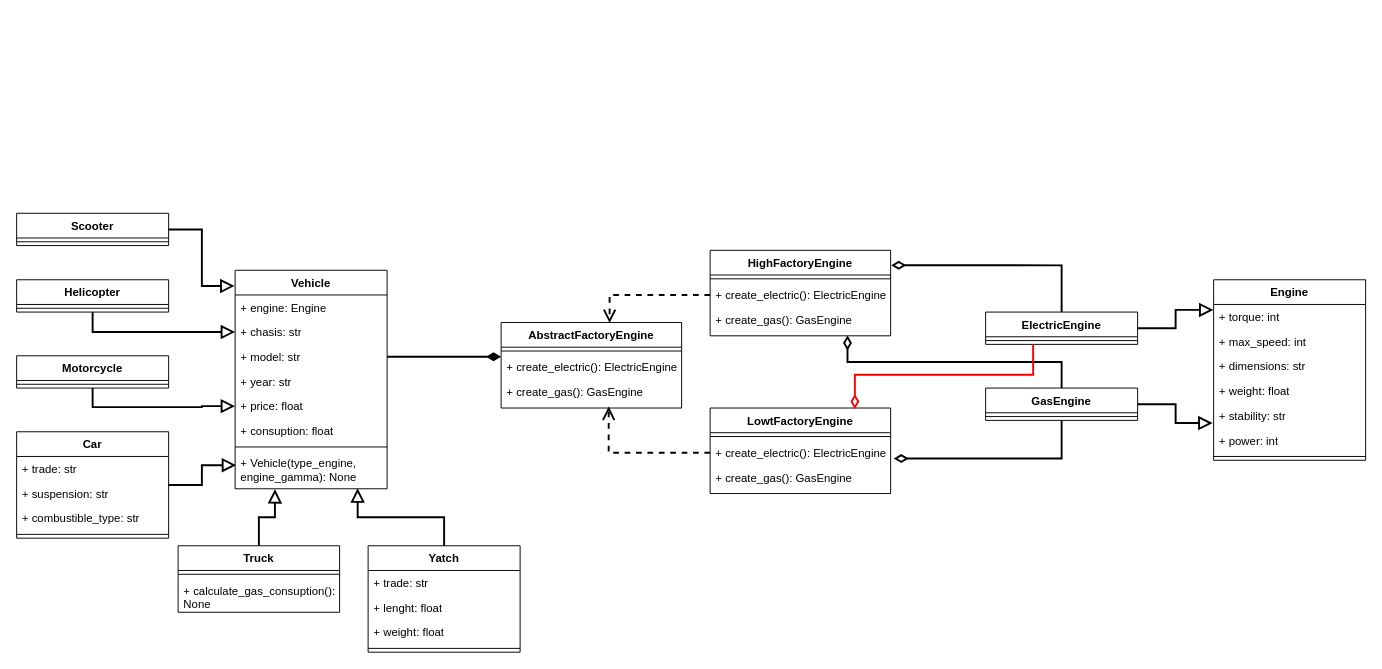
This is Software Design/Workshops/Workshop 3/SD_Workshop_3.drawio from YoshiK13/UD_Classes, a draw.io file, before an edit. Source tidied: cells renumbered, new cells numbered last; positions are measured from the earlier drawing's top-left corner, leaving out a move shared by most shapes. Both pictures are drawn from the tidied source at 95%, with x=0, y=0 at pixel (16, 213).
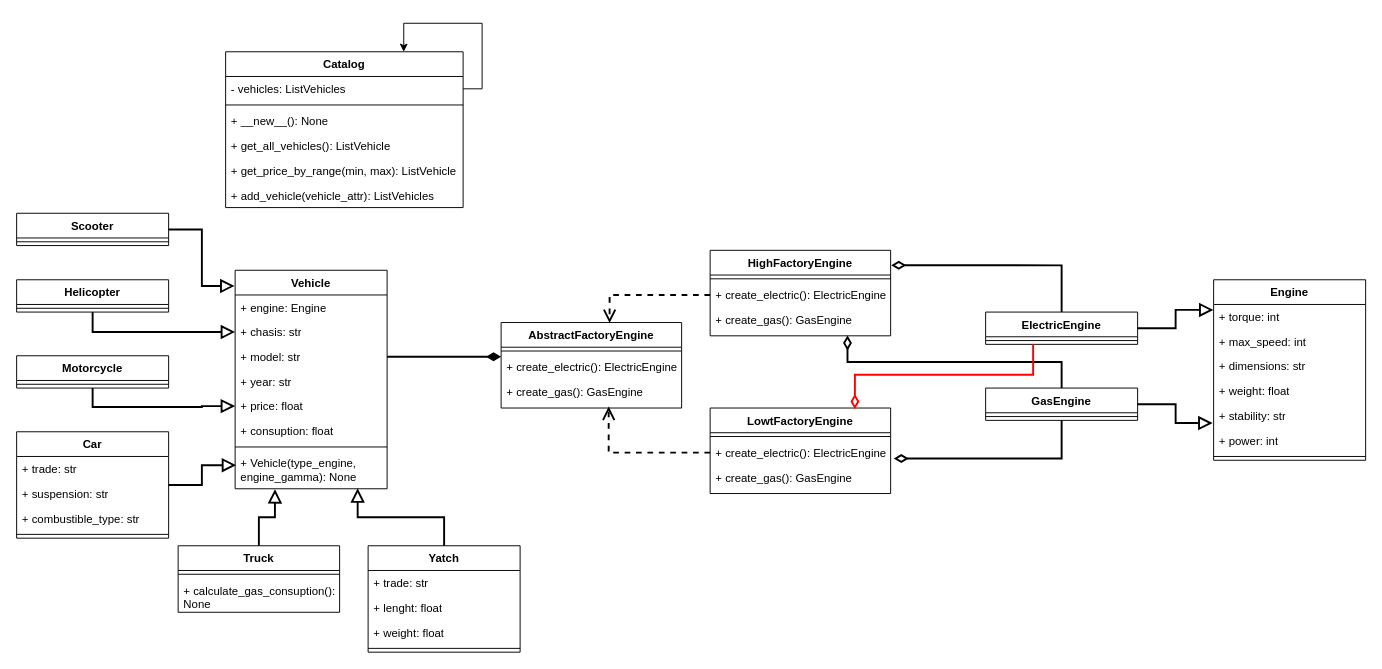
Above is the later version.

Change to the diagram source:
```diff
@@
+    <mxCell id="69" value="Catalog" style="swimlane;fontStyle=1;align=center;verticalAlign=top;horizontal=1;startSize=26;whiteSpace=wrap;html=1;" parent="1" vertex="1">
+      <mxGeometry x="220" y="-170" width="250" height="164" as="geometry" />
+    </mxCell>
+    <mxCell id="70" style="edgeStyle=orthogonalEdgeStyle;rounded=0;jettySize=auto;html=1;exitX=1;exitY=0.5;exitDx=0;exitDy=0;entryX=0.75;entryY=0;entryDx=0;entryDy=0;" parent="69" edge="1" source="71" target="69">
+      <mxGeometry relative="1" as="geometry">
+        <Array as="points">
+          <mxPoint x="270" y="39" />
+          <mxPoint x="270" y="-30" />
+          <mxPoint x="188" y="-30" />
+        </Array>
+      </mxGeometry>
+    </mxCell>
+    <mxCell id="71" value="- vehicles: ListVehicles" style="text;strokeColor=none;fillColor=none;align=left;verticalAlign=top;spacingLeft=4;spacingRight=4;overflow=hidden;points=[[0,0.5],[1,0.5]];portConstraint=eastwest;whiteSpace=wrap;html=1;" parent="69" vertex="1">
+      <mxGeometry y="26" width="250" height="26" as="geometry" />
+    </mxCell>
+    <mxCell id="72" style="line;strokeWidth=1;fillColor=none;align=left;verticalAlign=middle;spacingTop=-1;spacingLeft=3;spacingRight=3;labelPosition=right;strokeColor=inherit;" parent="69" vertex="1">
+      <mxGeometry y="52" width="250" height="8" as="geometry" />
+    </mxCell>
+    <mxCell id="73" value="+ __new__(): None" style="text;strokeColor=none;fillColor=none;align=left;verticalAlign=top;spacingLeft=4;spacingRight=4;overflow=hidden;whiteSpace=wrap;html=1;" parent="69" vertex="1">
+      <mxGeometry y="60" width="250" height="26" as="geometry" />
+    </mxCell>
+    <mxCell id="74" value="+ get_all_vehicles(): ListVehicle" style="text;strokeColor=none;fillColor=none;align=left;verticalAlign=top;spacingLeft=4;spacingRight=4;overflow=hidden;whiteSpace=wrap;html=1;" parent="69" vertex="1">
+      <mxGeometry y="86" width="250" height="26" as="geometry" />
+    </mxCell>
+    <mxCell id="75" value="+ get_price_by_range(min, max): ListVehicle" style="text;strokeColor=none;fillColor=none;align=left;verticalAlign=top;spacingLeft=4;spacingRight=4;overflow=hidden;whiteSpace=wrap;html=1;" parent="69" vertex="1">
+      <mxGeometry y="112" width="250" height="26" as="geometry" />
+    </mxCell>
+    <mxCell id="76" value="+ add_vehicle(vehicle_attr): ListVehicles" style="text;strokeColor=none;fillColor=none;align=left;verticalAlign=top;spacingLeft=4;spacingRight=4;overflow=hidden;whiteSpace=wrap;html=1;" parent="69" vertex="1">
+      <mxGeometry y="138" width="250" height="26" as="geometry" />
+    </mxCell>
```
